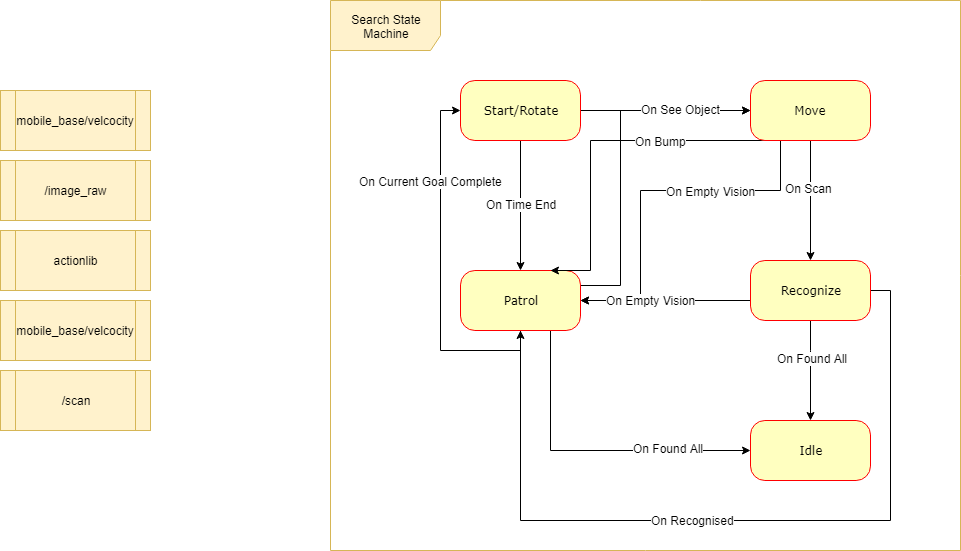
The draw.io diagram Robotics State Diagram.png in bdawson1993/ROS-object-search, before a commit. Source tidied: cells renumbered, new cells last; positions are measured from the earlier drawing's top-left corner, leaving out a move shared by most shapes.
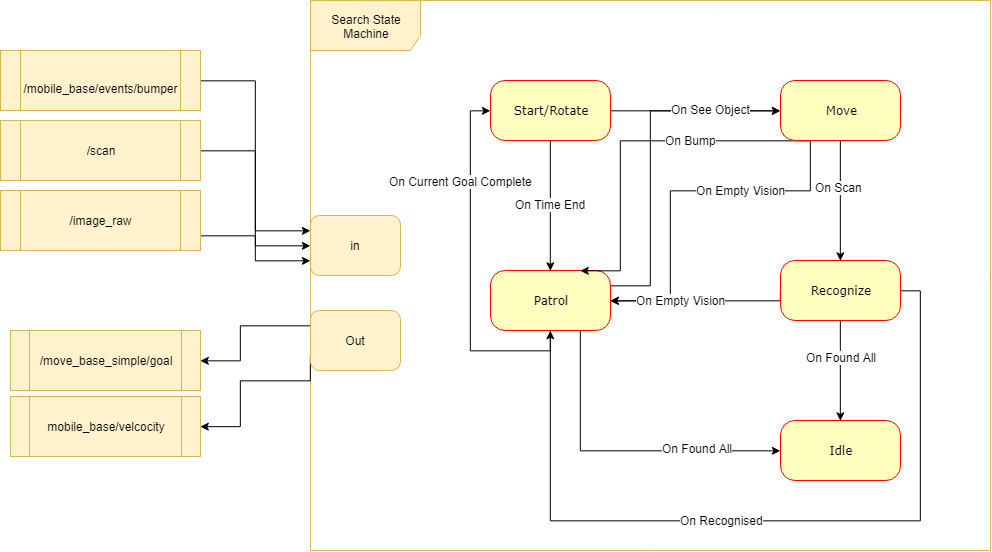
The same diagram one commit later.

Diff of the diagram source:
```diff
@@ -16,20 +16,23 @@
     <mxCell id="4" value="On See Object" style="text;html=1;align=center;verticalAlign=middle;labelBackgroundColor=#ffffff;" parent="3" vertex="1">
       <mxGeometry x="0.18" y="2" relative="1" as="geometry" />
     </mxCell>
+    <mxCell id="34" style="edgeStyle=orthogonalEdgeStyle;rounded=0;jettySize=auto;html=1;exitX=1;exitY=0.75;exitDx=0;exitDy=0;entryX=0;entryY=0.75;entryDx=0;entryDy=0;" parent="1" edge="1" source="5" target="36">
+      <mxGeometry relative="1" as="geometry" />
+    </mxCell>
     <mxCell id="5" value="/image_raw&lt;br&gt;" style="shape=process;whiteSpace=wrap;html=1;backgroundOutline=1;fillColor=#fff2cc;strokeColor=#d6b656;" parent="1" vertex="1">
-      <mxGeometry y="160" width="150" height="60" as="geometry" />
+      <mxGeometry x="-30" y="190" width="200" height="60" as="geometry" />
     </mxCell>
     <mxCell id="6" value="mobile_base/velcocity" style="shape=process;whiteSpace=wrap;html=1;backgroundOutline=1;fillColor=#fff2cc;strokeColor=#d6b656;" parent="1" vertex="1">
-      <mxGeometry y="90" width="150" height="60" as="geometry" />
+      <mxGeometry x="-20" y="396" width="190" height="60" as="geometry" />
     </mxCell>
-    <mxCell id="7" value="mobile_base/velcocity" style="shape=process;whiteSpace=wrap;html=1;backgroundOutline=1;fillColor=#fff2cc;strokeColor=#d6b656;" parent="1" vertex="1">
-      <mxGeometry y="300" width="150" height="60" as="geometry" />
-    </mxCell>
-    <mxCell id="8" value="actionlib&lt;br&gt;" style="shape=process;whiteSpace=wrap;html=1;backgroundOutline=1;fillColor=#fff2cc;strokeColor=#d6b656;" parent="1" vertex="1">
-      <mxGeometry y="230" width="150" height="60" as="geometry" />
+    <mxCell id="8" value="/move_base_simple/goal&lt;br&gt;" style="shape=process;whiteSpace=wrap;html=1;backgroundOutline=1;fillColor=#fff2cc;strokeColor=#d6b656;" parent="1" vertex="1">
+      <mxGeometry x="-20" y="330" width="190" height="60" as="geometry" />
     </mxCell>
+    <mxCell id="35" style="edgeStyle=orthogonalEdgeStyle;rounded=0;jettySize=auto;html=1;exitX=1;exitY=0.5;exitDx=0;exitDy=0;entryX=0;entryY=0.5;entryDx=0;entryDy=0;" parent="1" edge="1" source="9" target="36">
+      <mxGeometry relative="1" as="geometry" />
+    </mxCell>
     <mxCell id="9" value="&lt;div&gt;&lt;span&gt;/scan&lt;/span&gt;&lt;/div&gt;" style="shape=process;whiteSpace=wrap;html=1;backgroundOutline=1;fillColor=#fff2cc;strokeColor=#d6b656;" parent="1" vertex="1">
-      <mxGeometry y="370" width="150" height="60" as="geometry" />
+      <mxGeometry x="-30" y="120" width="200" height="60" as="geometry" />
     </mxCell>
     <mxCell id="10" style="edgeStyle=orthogonalEdgeStyle;rounded=0;jettySize=auto;html=1;exitX=0.5;exitY=1;exitDx=0;exitDy=0;entryX=0.5;entryY=0;entryDx=0;entryDy=0;" parent="1" edge="1" source="12" target="17">
       <mxGeometry relative="1" as="geometry" />
@@ -135,7 +138,36 @@
       <mxGeometry x="750" y="420" width="120" height="60" as="geometry" />
     </mxCell>
     <mxCell id="33" value="Search State Machine" style="shape=umlFrame;whiteSpace=wrap;html=1;width=110;height=50;fillColor=#fff2cc;strokeColor=#d6b656;" parent="1" vertex="1">
-      <mxGeometry x="330" width="630" height="550" as="geometry" />
+      <mxGeometry x="280" width="680" height="550" as="geometry" />
     </mxCell>
+    <mxCell id="36" value="in" style="rounded=1;whiteSpace=wrap;html=1;fillColor=#fff2cc;strokeColor=#d6b656;" parent="1" vertex="1">
+      <mxGeometry x="280" y="215" width="90" height="60" as="geometry" />
+    </mxCell>
+    <mxCell id="37" style="edgeStyle=orthogonalEdgeStyle;rounded=0;jettySize=auto;html=1;exitX=0;exitY=0.25;exitDx=0;exitDy=0;entryX=1;entryY=0.5;entryDx=0;entryDy=0;" parent="1" edge="1" source="39" target="8">
+      <mxGeometry relative="1" as="geometry">
+        <Array as="points">
+          <mxPoint x="210" y="325" />
+          <mxPoint x="210" y="360" />
+        </Array>
+      </mxGeometry>
+    </mxCell>
+    <mxCell id="38" style="edgeStyle=orthogonalEdgeStyle;rounded=0;jettySize=auto;html=1;exitX=0;exitY=0.75;exitDx=0;exitDy=0;entryX=1;entryY=0.5;entryDx=0;entryDy=0;" parent="1" edge="1" source="39" target="6">
+      <mxGeometry relative="1" as="geometry">
+        <Array as="points">
+          <mxPoint x="280" y="380" />
+          <mxPoint x="210" y="380" />
+          <mxPoint x="210" y="425" />
+        </Array>
+      </mxGeometry>
+    </mxCell>
+    <mxCell id="39" value="Out" style="rounded=1;whiteSpace=wrap;html=1;fillColor=#fff2cc;strokeColor=#d6b656;" parent="1" vertex="1">
+      <mxGeometry x="280" y="310" width="90" height="60" as="geometry" />
+    </mxCell>
+    <mxCell id="40" style="edgeStyle=orthogonalEdgeStyle;rounded=0;jettySize=auto;html=1;exitX=1;exitY=0.5;exitDx=0;exitDy=0;entryX=0;entryY=0.25;entryDx=0;entryDy=0;" parent="1" edge="1" source="41" target="36">
+      <mxGeometry relative="1" as="geometry" />
+    </mxCell>
+    <mxCell id="41" value="&lt;div&gt;&lt;br&gt;&lt;/div&gt;&lt;span&gt;/mobile_base/events/bumper&lt;/span&gt;" style="shape=process;whiteSpace=wrap;html=1;backgroundOutline=1;fillColor=#fff2cc;strokeColor=#d6b656;" parent="1" vertex="1">
+      <mxGeometry x="-30" y="50" width="200" height="60" as="geometry" />
+    </mxCell>
   </root>
 </mxGraphModel>
```
